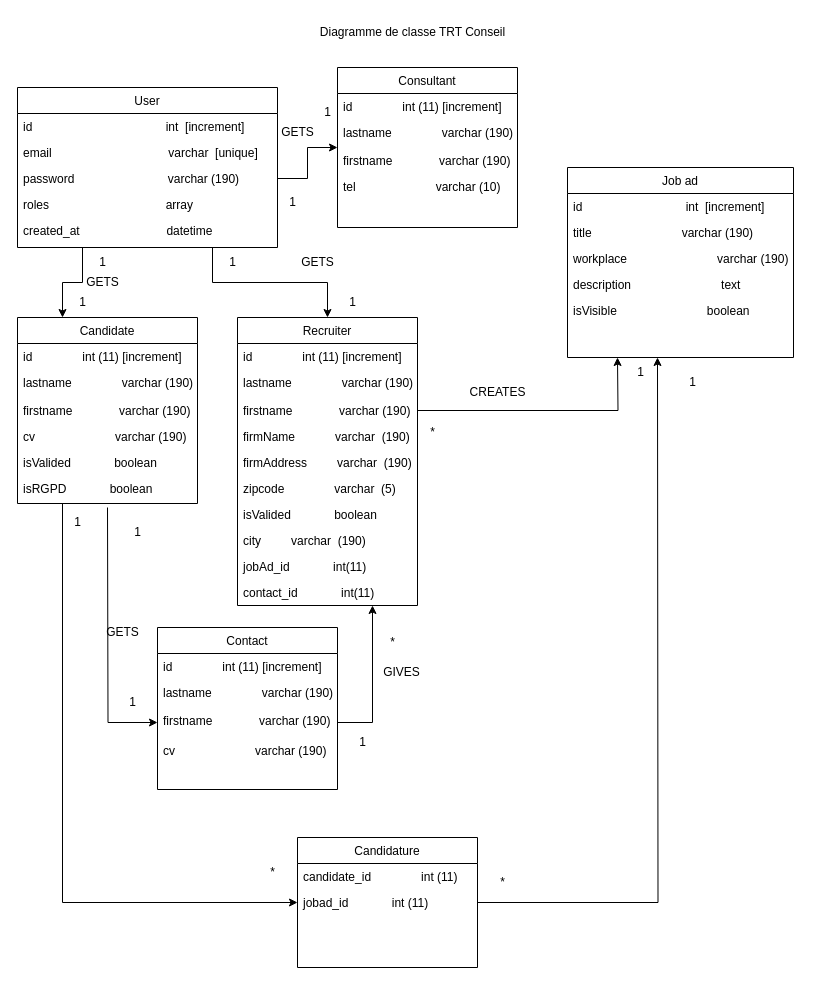
The draw.io diagram TRT Conseil/diag_de_classe_trt.drawio in cyrisa02/diagrammes-UML, before the edit. Source tidied: cells renumbered, new cells numbered last; positions are measured from the earlier drawing's top-left corner, leaving out a move shared by most shapes. Both pictures are drawn from the tidied source at 100%, with x=0, y=0 at pixel (17, 17).
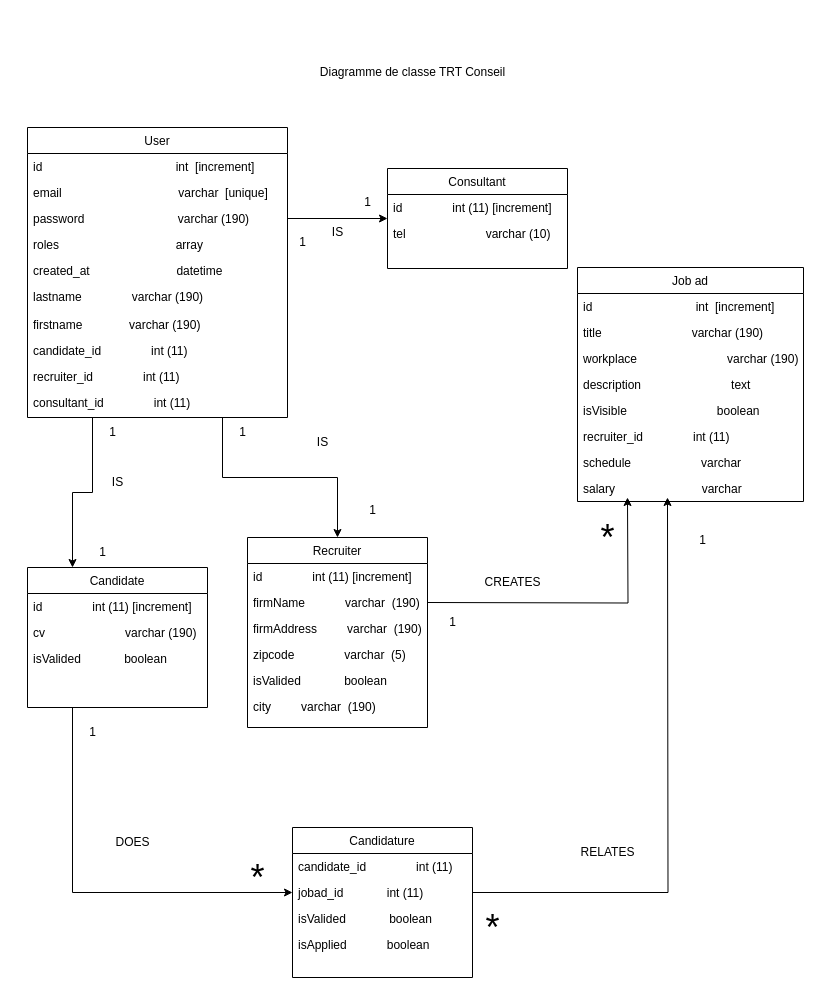
The same page after the edit.

Commit message:
Mettre à jour diag_de_classe_trt.drawio

The change refers to these unchanged cells:
```xml
<mxCell id="56" value="jobad_id             int (11)" style="text;align=left;verticalAlign=top;spacingLeft=4;spacingRight=4;overflow=hidden;points=[[0,0.5],[1,0.5]];portConstraint=eastwest;" parent="54" vertex="1">
  <mxGeometry y="52" width="180" height="26" as="geometry" />
</mxCell>
```

What changed in the source:
```diff
@@
     <mxCell id="4" value="User" style="swimlane;fontStyle=0;align=center;verticalAlign=top;horizontal=1;startSize=26;rounded=0;shadow=0;strokeWidth=1;" parent="1" vertex="1">
-      <mxGeometry y="70" width="260" height="160" as="geometry" />
+      <mxGeometry x="10" y="110" width="260" height="290" as="geometry" />
     </mxCell>
@@
+    <mxCell id="69" value="lastname               varchar (190)" style="text;align=left;verticalAlign=top;spacingLeft=4;spacingRight=4;overflow=hidden;" parent="4" vertex="1">
+      <mxGeometry y="156" width="260" height="28" as="geometry" />
+    </mxCell>
+    <mxCell id="70" value="firstname              varchar (190)" style="text;align=left;verticalAlign=top;spacingLeft=4;spacingRight=4;overflow=hidden;" parent="4" vertex="1">
+      <mxGeometry y="184" width="260" height="26" as="geometry" />
+    </mxCell>
+    <mxCell id="76" value="candidate_id               int (11)" style="text;align=left;verticalAlign=top;spacingLeft=4;spacingRight=4;overflow=hidden;" parent="4" vertex="1">
+      <mxGeometry y="210" width="260" height="26" as="geometry" />
+    </mxCell>
+    <mxCell id="77" value="recruiter_id               int (11)" style="text;align=left;verticalAlign=top;spacingLeft=4;spacingRight=4;overflow=hidden;" parent="4" vertex="1">
+      <mxGeometry y="236" width="260" height="26" as="geometry" />
+    </mxCell>
+    <mxCell id="78" value="consultant_id               int (11)" style="text;align=left;verticalAlign=top;spacingLeft=4;spacingRight=4;overflow=hidden;" parent="4" vertex="1">
+      <mxGeometry y="262" width="260" height="26" as="geometry" />
+    </mxCell>
     <mxCell id="10" value="Job ad" style="swimlane;fontStyle=0;align=center;verticalAlign=top;horizontal=1;startSize=26;rounded=0;shadow=0;strokeWidth=1;" parent="1" vertex="1">
-      <mxGeometry x="550" y="150" width="226" height="190" as="geometry" />
+      <mxGeometry x="560" y="250" width="226" height="234" as="geometry" />
     </mxCell>
@@
+    <mxCell id="79" value="recruiter_id               int (11)" style="text;align=left;verticalAlign=top;spacingLeft=4;spacingRight=4;overflow=hidden;" parent="10" vertex="1">
+      <mxGeometry y="156" width="226" height="26" as="geometry" />
+    </mxCell>
+    <mxCell id="80" value="schedule                     varchar" style="text;align=left;verticalAlign=top;spacingLeft=4;spacingRight=4;overflow=hidden;" parent="10" vertex="1">
+      <mxGeometry y="182" width="226" height="26" as="geometry" />
+    </mxCell>
+    <mxCell id="81" value="salary                          varchar" style="text;align=left;verticalAlign=top;spacingLeft=4;spacingRight=4;overflow=hidden;" parent="10" vertex="1">
+      <mxGeometry y="208" width="226" height="26" as="geometry" />
+    </mxCell>
     <mxCell id="16" value="Diagramme de classe TRT Conseil" style="text;html=1;align=center;verticalAlign=middle;fillColor=none;strokeColor=none;rounded=0;" parent="1" vertex="1">
-      <mxGeometry x="290" width="210" height="30" as="geometry" />
+      <mxGeometry x="290" y="40" width="210" height="30" as="geometry" />
     </mxCell>
-    <mxCell id="17" style="edgeStyle=orthogonalEdgeStyle;rounded=0;jettySize=auto;html=1;entryX=0;entryY=0.5;entryDx=0;entryDy=0;fontSize=36;" parent="1" edge="1" target="40">
-      <mxGeometry relative="1" as="geometry">
-        <mxPoint x="90" y="490" as="sourcePoint" />
-      </mxGeometry>
-    </mxCell>
@@
     <mxCell id="19" value="Candidate" style="swimlane;fontStyle=0;align=center;verticalAlign=top;horizontal=1;startSize=26;rounded=0;shadow=0;strokeWidth=1;" parent="1" vertex="1">
-      <mxGeometry y="300" width="180" height="186" as="geometry" />
+      <mxGeometry x="10" y="550" width="180" height="140" as="geometry" />
     </mxCell>
@@
-    <mxCell id="21" value="lastname               varchar (190)" style="text;align=left;verticalAlign=top;spacingLeft=4;spacingRight=4;overflow=hidden;" parent="19" vertex="1">
-      <mxGeometry y="52" width="180" height="28" as="geometry" />
-    </mxCell>
-    <mxCell id="22" value="firstname              varchar (190)" style="text;align=left;verticalAlign=top;spacingLeft=4;spacingRight=4;overflow=hidden;" parent="19" vertex="1">
-      <mxGeometry y="80" width="180" height="26" as="geometry" />
-    </mxCell>
     <mxCell id="23" value="cv                        varchar (190)" style="text;align=left;verticalAlign=top;spacingLeft=4;spacingRight=4;overflow=hidden;" parent="19" vertex="1">
-      <mxGeometry y="106" width="180" height="26" as="geometry" />
+      <mxGeometry y="52" width="180" height="26" as="geometry" />
     </mxCell>
     <mxCell id="24" value="isValided             boolean" style="text;align=left;verticalAlign=top;spacingLeft=4;spacingRight=4;overflow=hidden;" parent="19" vertex="1">
-      <mxGeometry y="132" width="180" height="26" as="geometry" />
+      <mxGeometry y="78" width="180" height="26" as="geometry" />
     </mxCell>
-    <mxCell id="25" value="isRGPD             boolean" style="text;align=left;verticalAlign=top;spacingLeft=4;spacingRight=4;overflow=hidden;" parent="19" vertex="1">
-      <mxGeometry y="158" width="180" height="26" as="geometry" />
-    </mxCell>
     <mxCell id="26" value="Recruiter" style="swimlane;fontStyle=0;align=center;verticalAlign=top;horizontal=1;startSize=26;rounded=0;shadow=0;strokeWidth=1;" parent="1" vertex="1">
-      <mxGeometry x="220" y="300" width="180" height="288" as="geometry" />
+      <mxGeometry x="230" y="520" width="180" height="190" as="geometry" />
     </mxCell>
@@
-    <mxCell id="28" value="lastname               varchar (190)" style="text;align=left;verticalAlign=top;spacingLeft=4;spacingRight=4;overflow=hidden;" parent="26" vertex="1">
-      <mxGeometry y="52" width="180" height="28" as="geometry" />
-    </mxCell>
-    <mxCell id="29" value="firstname              varchar (190)" style="text;align=left;verticalAlign=top;spacingLeft=4;spacingRight=4;overflow=hidden;points=[[0,0.5],[1,0.5]];portConstraint=eastwest;" parent="26" vertex="1">
-      <mxGeometry y="80" width="180" height="26" as="geometry" />
-    </mxCell>
     <mxCell id="30" value="firmName            varchar  (190)" style="text;align=left;verticalAlign=top;spacingLeft=4;spacingRight=4;overflow=hidden;" parent="26" vertex="1">
-      <mxGeometry y="106" width="180" height="26" as="geometry" />
+      <mxGeometry y="52" width="180" height="26" as="geometry" />
     </mxCell>
     <mxCell id="31" value="firmAddress         varchar  (190)" style="text;align=left;verticalAlign=top;spacingLeft=4;spacingRight=4;overflow=hidden;" parent="26" vertex="1">
-      <mxGeometry y="132" width="180" height="26" as="geometry" />
+      <mxGeometry y="78" width="180" height="26" as="geometry" />
     </mxCell>
     <mxCell id="32" value="zipcode               varchar  (5)" style="text;align=left;verticalAlign=top;spacingLeft=4;spacingRight=4;overflow=hidden;" parent="26" vertex="1">
-      <mxGeometry y="158" width="180" height="26" as="geometry" />
+      <mxGeometry y="104" width="180" height="26" as="geometry" />
     </mxCell>
     <mxCell id="33" value="isValided             boolean" style="text;align=left;verticalAlign=top;spacingLeft=4;spacingRight=4;overflow=hidden;" parent="26" vertex="1">
-      <mxGeometry y="184" width="180" height="26" as="geometry" />
+      <mxGeometry y="130" width="180" height="26" as="geometry" />
     </mxCell>
     <mxCell id="34" value="city         varchar  (190)" style="text;align=left;verticalAlign=top;spacingLeft=4;spacingRight=4;overflow=hidden;" parent="26" vertex="1">
-      <mxGeometry y="210" width="180" height="26" as="geometry" />
+      <mxGeometry y="156" width="180" height="26" as="geometry" />
     </mxCell>
-    <mxCell id="35" value="jobAd_id             int(11)" style="text;align=left;verticalAlign=top;spacingLeft=4;spacingRight=4;overflow=hidden;" parent="26" vertex="1">
-      <mxGeometry y="236" width="180" height="26" as="geometry" />
-    </mxCell>
-    <mxCell id="36" value="contact_id             int(11)" style="text;align=left;verticalAlign=top;spacingLeft=4;spacingRight=4;overflow=hidden;" parent="26" vertex="1">
-      <mxGeometry y="262" width="180" height="26" as="geometry" />
-    </mxCell>
-    <mxCell id="37" value="Contact" style="swimlane;fontStyle=0;align=center;verticalAlign=top;horizontal=1;startSize=26;rounded=0;shadow=0;strokeWidth=1;" parent="1" vertex="1">
-      <mxGeometry x="140" y="610" width="180" height="162" as="geometry" />
-    </mxCell>
-    <mxCell id="38" value="id               int (11) [increment]" style="text;align=left;verticalAlign=top;spacingLeft=4;spacingRight=4;overflow=hidden;" parent="37" vertex="1">
-      <mxGeometry y="26" width="180" height="26" as="geometry" />
-    </mxCell>
-    <mxCell id="39" value="lastname               varchar (190)" style="text;align=left;verticalAlign=top;spacingLeft=4;spacingRight=4;overflow=hidden;" parent="37" vertex="1">
-      <mxGeometry y="52" width="180" height="28" as="geometry" />
-    </mxCell>
-    <mxCell id="40" value="firstname              varchar (190)" style="text;align=left;verticalAlign=top;spacingLeft=4;spacingRight=4;overflow=hidden;points=[[0,0.5],[1,0.5]];portConstraint=eastwest;" parent="37" vertex="1">
-      <mxGeometry y="80" width="180" height="30" as="geometry" />
-    </mxCell>
-    <mxCell id="41" value="cv                        varchar (190)" style="text;align=left;verticalAlign=top;spacingLeft=4;spacingRight=4;overflow=hidden;" parent="37" vertex="1">
-      <mxGeometry y="110" width="180" height="26" as="geometry" />
-    </mxCell>
     <mxCell id="42" value="1" style="text;html=1;align=center;verticalAlign=middle;fillColor=none;strokeColor=none;rounded=0;" parent="1" vertex="1">
-      <mxGeometry x="50" y="270" width="30" height="30" as="geometry" />
+      <mxGeometry x="70" y="520" width="30" height="30" as="geometry" />
     </mxCell>
     <mxCell id="43" value="1" style="text;html=1;align=center;verticalAlign=middle;fillColor=none;strokeColor=none;rounded=0;" parent="1" vertex="1">
-      <mxGeometry x="200" y="230" width="30" height="30" as="geometry" />
+      <mxGeometry x="210" y="400" width="30" height="30" as="geometry" />
     </mxCell>
     <mxCell id="44" value="1" style="text;html=1;align=center;verticalAlign=middle;fillColor=none;strokeColor=none;rounded=0;" parent="1" vertex="1">
-      <mxGeometry x="70" y="230" width="30" height="30" as="geometry" />
+      <mxGeometry x="80" y="400" width="30" height="30" as="geometry" />
     </mxCell>
     <mxCell id="45" value="1" style="text;html=1;align=center;verticalAlign=middle;fillColor=none;strokeColor=none;rounded=0;" parent="1" vertex="1">
-      <mxGeometry x="320" y="270" width="30" height="30" as="geometry" />
+      <mxGeometry x="340" y="478" width="30" height="30" as="geometry" />
     </mxCell>
-    <mxCell id="46" style="edgeStyle=orthogonalEdgeStyle;rounded=0;jettySize=auto;html=1;exitX=1;exitY=0.5;exitDx=0;exitDy=0;fontSize=36;" parent="1" edge="1" source="29">
+    <mxCell id="46" style="edgeStyle=orthogonalEdgeStyle;rounded=0;orthogonalLoop=1;jettySize=auto;html=1;exitX=1;exitY=0.5;exitDx=0;exitDy=0;fontSize=36;" parent="1" edge="1">
       <mxGeometry relative="1" as="geometry">
-        <mxPoint x="600" y="340" as="targetPoint" />
+        <mxPoint x="410" y="585" as="sourcePoint" />
+        <mxPoint x="610" y="480" as="targetPoint" />
       </mxGeometry>
     </mxCell>
     <mxCell id="47" value="1" style="text;html=1;align=center;verticalAlign=middle;fillColor=none;strokeColor=none;rounded=0;" parent="1" vertex="1">
-      <mxGeometry x="608" y="340" width="30" height="30" as="geometry" />
+      <mxGeometry x="420" y="590" width="30" height="30" as="geometry" />
     </mxCell>
-    <mxCell id="48" value="*" style="text;html=1;align=center;verticalAlign=middle;fillColor=none;strokeColor=none;rounded=0;" parent="1" vertex="1">
-      <mxGeometry x="400" y="400" width="30" height="30" as="geometry" />
+    <mxCell id="48" value="&lt;font style=&quot;font-size: 36px;&quot;&gt;*&lt;/font&gt;" style="text;html=1;align=center;verticalAlign=middle;fillColor=none;strokeColor=none;rounded=0;" parent="1" vertex="1">
+      <mxGeometry x="570" y="490" width="40" height="60" as="geometry" />
     </mxCell>
-    <mxCell id="49" value="1" style="text;html=1;align=center;verticalAlign=middle;fillColor=none;strokeColor=none;rounded=0;" parent="1" vertex="1">
-      <mxGeometry x="105" y="500" width="30" height="30" as="geometry" />
-    </mxCell>
-    <mxCell id="50" value="1" style="text;html=1;align=center;verticalAlign=middle;fillColor=none;strokeColor=none;rounded=0;" parent="1" vertex="1">
-      <mxGeometry x="100" y="670" width="30" height="30" as="geometry" />
-    </mxCell>
-    <mxCell id="51" style="edgeStyle=orthogonalEdgeStyle;rounded=0;jettySize=auto;html=1;exitX=1;exitY=0.5;exitDx=0;exitDy=0;entryX=0.75;entryY=1;entryDx=0;entryDy=0;fontSize=36;" parent="1" edge="1" source="40" target="26">
-      <mxGeometry relative="1" as="geometry" />
-    </mxCell>
-    <mxCell id="52" value="1" style="text;html=1;align=center;verticalAlign=middle;fillColor=none;strokeColor=none;rounded=0;" parent="1" vertex="1">
-      <mxGeometry x="330" y="710" width="30" height="30" as="geometry" />
-    </mxCell>
-    <mxCell id="53" value="*" style="text;html=1;align=center;verticalAlign=middle;fillColor=none;strokeColor=none;rounded=0;" parent="1" vertex="1">
-      <mxGeometry x="360" y="610" width="30" height="30" as="geometry" />
-    </mxCell>
     <mxCell id="54" value="Candidature" style="swimlane;fontStyle=0;align=center;verticalAlign=top;horizontal=1;startSize=26;rounded=0;shadow=0;strokeWidth=1;" parent="1" vertex="1">
-      <mxGeometry x="280" y="820" width="180" height="130" as="geometry" />
+      <mxGeometry x="275" y="810" width="180" height="150" as="geometry" />
     </mxCell>
@@
+    <mxCell id="82" value="isValided             boolean" style="text;align=left;verticalAlign=top;spacingLeft=4;spacingRight=4;overflow=hidden;" parent="54" vertex="1">
+      <mxGeometry y="78" width="180" height="26" as="geometry" />
+    </mxCell>
+    <mxCell id="83" value="isApplied            boolean" style="text;align=left;verticalAlign=top;spacingLeft=4;spacingRight=4;overflow=hidden;" parent="54" vertex="1">
+      <mxGeometry y="104" width="180" height="26" as="geometry" />
+    </mxCell>
     <mxCell id="57" style="edgeStyle=orthogonalEdgeStyle;rounded=0;jettySize=auto;html=1;exitX=1;exitY=0.5;exitDx=0;exitDy=0;fontSize=36;" parent="1" edge="1" source="56">
       <mxGeometry relative="1" as="geometry">
-        <mxPoint x="640" y="340" as="targetPoint" />
+        <mxPoint x="650" y="480" as="targetPoint" />
       </mxGeometry>
     </mxCell>
-    <mxCell id="58" value="GETS" style="text;html=1;align=center;verticalAlign=middle;fillColor=none;strokeColor=none;rounded=0;" parent="1" vertex="1">
-      <mxGeometry x="55" y="250" width="60" height="30" as="geometry" />
+    <mxCell id="58" value="IS" style="text;html=1;align=center;verticalAlign=middle;fillColor=none;strokeColor=none;rounded=0;" parent="1" vertex="1">
+      <mxGeometry x="85" y="450" width="30" height="30" as="geometry" />
     </mxCell>
-    <mxCell id="59" value="GETS" style="text;html=1;align=center;verticalAlign=middle;fillColor=none;strokeColor=none;rounded=0;" parent="1" vertex="1">
-      <mxGeometry x="270" y="230" width="60" height="30" as="geometry" />
+    <mxCell id="59" value="IS" style="text;html=1;align=center;verticalAlign=middle;fillColor=none;strokeColor=none;rounded=0;" parent="1" vertex="1">
+      <mxGeometry x="290" y="410" width="30" height="30" as="geometry" />
     </mxCell>
     <mxCell id="60" value="CREATES" style="text;html=1;align=center;verticalAlign=middle;fillColor=none;strokeColor=none;rounded=0;" parent="1" vertex="1">
-      <mxGeometry x="440" y="360" width="80" height="30" as="geometry" />
+      <mxGeometry x="455" y="550" width="80" height="30" as="geometry" />
     </mxCell>
-    <mxCell id="61" value="GETS" style="text;html=1;align=center;verticalAlign=middle;fillColor=none;strokeColor=none;rounded=0;" parent="1" vertex="1">
-      <mxGeometry x="75" y="600" width="60" height="30" as="geometry" />
-    </mxCell>
-    <mxCell id="62" value="GIVES" style="text;html=1;align=center;verticalAlign=middle;fillColor=none;strokeColor=none;rounded=0;" parent="1" vertex="1">
-      <mxGeometry x="354" y="640" width="60" height="30" as="geometry" />
-    </mxCell>
-    <mxCell id="63" value="1" style="text;html=1;align=center;verticalAlign=middle;fillColor=none;strokeColor=none;rounded=0;" parent="1" vertex="1">
-      <mxGeometry x="45" y="490" width="30" height="30" as="geometry" />
-    </mxCell>
     <mxCell id="64" value="1" style="text;html=1;align=center;verticalAlign=middle;fillColor=none;strokeColor=none;rounded=0;" parent="1" vertex="1">
-      <mxGeometry x="660" y="350" width="30" height="30" as="geometry" />
+      <mxGeometry x="670" y="508" width="30" height="30" as="geometry" />
     </mxCell>
-    <mxCell id="65" value="*" style="text;html=1;align=center;verticalAlign=middle;fillColor=none;strokeColor=none;rounded=0;" parent="1" vertex="1">
-      <mxGeometry x="240" y="840" width="30" height="30" as="geometry" />
+    <mxCell id="65" value="&lt;font style=&quot;font-size: 36px;&quot;&gt;*&lt;/font&gt;" style="text;html=1;align=center;verticalAlign=middle;fillColor=none;strokeColor=none;rounded=0;" parent="1" vertex="1">
+      <mxGeometry x="220" y="830" width="40" height="60" as="geometry" />
     </mxCell>
-    <mxCell id="66" value="*" style="text;html=1;align=center;verticalAlign=middle;fillColor=none;strokeColor=none;rounded=0;" parent="1" vertex="1">
-      <mxGeometry x="470" y="850" width="30" height="30" as="geometry" />
+    <mxCell id="66" value="&lt;font style=&quot;font-size: 36px;&quot;&gt;*&lt;/font&gt;" style="text;html=1;align=center;verticalAlign=middle;fillColor=none;strokeColor=none;rounded=0;" parent="1" vertex="1">
+      <mxGeometry x="455" y="880" width="40" height="60" as="geometry" />
     </mxCell>
     <mxCell id="67" value="Consultant" style="swimlane;fontStyle=0;align=center;verticalAlign=top;horizontal=1;startSize=26;rounded=0;shadow=0;strokeWidth=1;" parent="1" vertex="1">
-      <mxGeometry x="320" y="50" width="180" height="160" as="geometry" />
+      <mxGeometry x="370" y="151" width="180" height="100" as="geometry" />
     </mxCell>
@@
-    <mxCell id="69" value="lastname               varchar (190)" style="text;align=left;verticalAlign=top;spacingLeft=4;spacingRight=4;overflow=hidden;" parent="67" vertex="1">
-      <mxGeometry y="52" width="180" height="28" as="geometry" />
-    </mxCell>
-    <mxCell id="70" value="firstname              varchar (190)" style="text;align=left;verticalAlign=top;spacingLeft=4;spacingRight=4;overflow=hidden;" parent="67" vertex="1">
-      <mxGeometry y="80" width="180" height="26" as="geometry" />
-    </mxCell>
     <mxCell id="71" value="tel                        varchar (10)" style="text;align=left;verticalAlign=top;spacingLeft=4;spacingRight=4;overflow=hidden;" parent="67" vertex="1">
-      <mxGeometry y="106" width="180" height="26" as="geometry" />
+      <mxGeometry y="52" width="180" height="26" as="geometry" />
     </mxCell>
@@
     <mxCell id="73" value="1" style="text;html=1;align=center;verticalAlign=middle;fillColor=none;strokeColor=none;rounded=0;" parent="1" vertex="1">
-      <mxGeometry x="260" y="170" width="30" height="30" as="geometry" />
+      <mxGeometry x="270" y="210" width="30" height="30" as="geometry" />
     </mxCell>
     <mxCell id="74" value="1" style="text;html=1;align=center;verticalAlign=middle;fillColor=none;strokeColor=none;rounded=0;" parent="1" vertex="1">
-      <mxGeometry x="295" y="80" width="30" height="30" as="geometry" />
+      <mxGeometry x="335" y="170" width="30" height="30" as="geometry" />
     </mxCell>
-    <mxCell id="75" value="GETS" style="text;html=1;align=center;verticalAlign=middle;fillColor=none;strokeColor=none;rounded=0;" parent="1" vertex="1">
-      <mxGeometry x="250" y="100" width="60" height="30" as="geometry" />
+    <mxCell id="75" value="IS" style="text;html=1;align=center;verticalAlign=middle;fillColor=none;strokeColor=none;rounded=0;" parent="1" vertex="1">
+      <mxGeometry x="305" y="200" width="30" height="30" as="geometry" />
     </mxCell>
+    <mxCell id="84" value="1" style="text;html=1;align=center;verticalAlign=middle;fillColor=none;strokeColor=none;rounded=0;" parent="1" vertex="1">
+      <mxGeometry x="60" y="700" width="30" height="30" as="geometry" />
+    </mxCell>
+    <mxCell id="85" value="DOES" style="text;html=1;align=center;verticalAlign=middle;fillColor=none;strokeColor=none;rounded=0;" parent="1" vertex="1">
+      <mxGeometry x="85" y="810" width="60" height="30" as="geometry" />
+    </mxCell>
+    <mxCell id="86" value="RELATES" style="text;html=1;align=center;verticalAlign=middle;fillColor=none;strokeColor=none;rounded=0;" parent="1" vertex="1">
+      <mxGeometry x="550" y="820" width="80" height="30" as="geometry" />
+    </mxCell>
```
